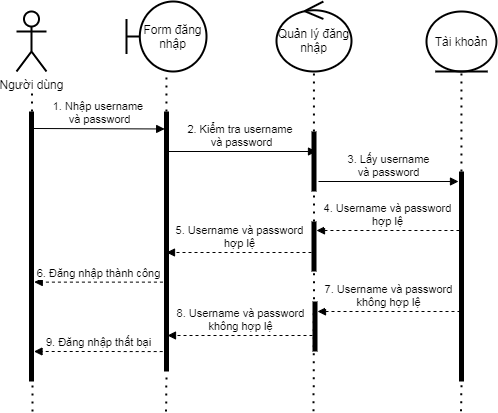
The draw.io diagram Diagram/Sequence/Untitled Diagram.png in TccKaiCi/PTTK_CuaHangGiay, before a commit. Source tidied: cells renumbered, new cells last; positions are measured from the earlier drawing's top-left corner, leaving out a move shared by most shapes.
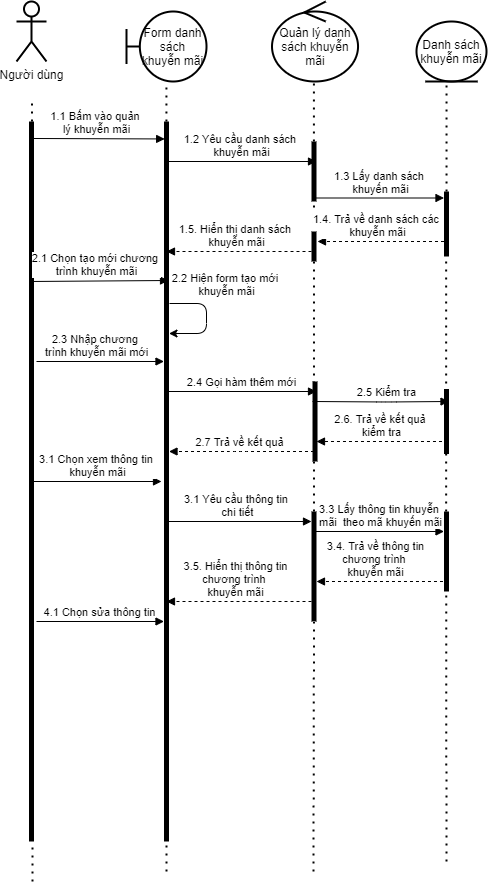
After the commit.

Commit message:
Sequence use case 3

Change to the diagram source:
```diff
@@ -8,23 +8,20 @@
       </mxGeometry>
     </mxCell>
     <mxCell id="3" value="Người dùng" style="shape=umlActor;verticalLabelPosition=bottom;verticalAlign=top;html=1;strokeWidth=2;fillColor=none;gradientColor=none;" parent="1" vertex="1">
-      <mxGeometry y="10" width="30" height="60" as="geometry" />
+      <mxGeometry y="-10" width="30" height="60" as="geometry" />
     </mxCell>
-    <mxCell id="4" value="Quản lý đăng nhập" style="ellipse;shape=umlControl;whiteSpace=wrap;html=1;strokeWidth=2;fillColor=none;gradientColor=none;" parent="1" vertex="1">
-      <mxGeometry x="260" width="75" height="70" as="geometry" />
-    </mxCell>
-    <mxCell id="5" value="Form đăng nhập" style="shape=umlBoundary;whiteSpace=wrap;html=1;strokeWidth=2;fillColor=none;gradientColor=none;" parent="1" vertex="1">
+    <mxCell id="5" value="Form danh sách khuyễn mãi" style="shape=umlBoundary;whiteSpace=wrap;html=1;strokeWidth=2;fillColor=none;gradientColor=none;" parent="1" vertex="1">
       <mxGeometry x="110" width="80" height="70" as="geometry" />
     </mxCell>
-    <mxCell id="6" value="Tài khoản" style="ellipse;shape=umlEntity;whiteSpace=wrap;html=1;strokeWidth=2;fillColor=none;gradientColor=none;" parent="1" vertex="1">
-      <mxGeometry x="410" y="10" width="70" height="60" as="geometry" />
+    <mxCell id="6" value="Danh sách khuyễn mãi" style="ellipse;shape=umlEntity;whiteSpace=wrap;html=1;strokeWidth=2;fillColor=none;gradientColor=none;" parent="1" vertex="1">
+      <mxGeometry x="400" y="10" width="70" height="60" as="geometry" />
     </mxCell>
     <mxCell id="7" style="html=1;points=[];perimeter=orthogonalPerimeter;fillColor=#000000;strokeColor=none;" parent="1" vertex="1">
-      <mxGeometry x="12.5" y="110" width="5" height="270" as="geometry" />
+      <mxGeometry x="12.5" y="110" width="5" height="720" as="geometry" />
     </mxCell>
     <mxCell id="8" style="endArrow=none;dashed=1;html=1;dashPattern=1 3;strokeWidth=2;" parent="1" edge="1" target="7">
       <mxGeometry relative="1" as="geometry">
-        <mxPoint x="16" y="410" as="sourcePoint" />
+        <mxPoint x="16" y="870" as="sourcePoint" />
       </mxGeometry>
     </mxCell>
     <mxCell id="9" style="endArrow=none;dashed=1;html=1;dashPattern=1 3;strokeWidth=2;entryX=0.499;entryY=1.005;entryDx=0;entryDy=0;entryPerimeter=0;" parent="1" edge="1" source="15" target="5">
@@ -35,27 +32,21 @@
         <mxPoint x="297.4" y="70" as="targetPoint" />
       </mxGeometry>
     </mxCell>
-    <mxCell id="11" style="endArrow=none;dashed=1;html=1;dashPattern=1 3;strokeWidth=2;entryX=0.499;entryY=1.005;entryDx=0;entryDy=0;entryPerimeter=0;" parent="1" edge="1" source="19">
-      <mxGeometry relative="1" as="geometry">
-        <mxPoint x="444.9" y="70" as="targetPoint" />
-      </mxGeometry>
-    </mxCell>
-    <mxCell id="12" value="1. Nhập username &lt;br&gt;và password" style="html=1;verticalAlign=bottom;endArrow=block;entryX=0.135;entryY=0.083;entryDx=0;entryDy=0;entryPerimeter=0;" parent="1" edge="1">
-      <mxGeometry relative="1" as="geometry">
+    <mxCell id="12" value="1.1 Bấm vào quản &lt;br&gt;lý khuyễn mãi" style="html=1;verticalAlign=bottom;endArrow=block;entryX=0.135;entryY=0.083;entryDx=0;entryDy=0;entryPerimeter=0;" parent="1" edge="1">
+      <mxGeometry x="-0.04" relative="1" as="geometry">
         <mxPoint x="17.5" y="127" as="sourcePoint" />
         <mxPoint x="148.2" y="127.4" as="targetPoint" />
       </mxGeometry>
     </mxCell>
-    <mxCell id="13" value="2. Kiểm tra username&amp;nbsp;&lt;br&gt;và password" style="html=1;verticalAlign=bottom;endArrow=block;" parent="1" edge="1">
+    <mxCell id="13" value="1.2 Yêu cầu danh sách &lt;br&gt;khuyễn mãi" style="html=1;verticalAlign=bottom;endArrow=block;" parent="1" edge="1">
       <mxGeometry relative="1" as="geometry">
         <mxPoint x="150" y="150" as="sourcePoint" />
         <mxPoint x="300" y="150" as="targetPoint" />
       </mxGeometry>
     </mxCell>
-    <mxCell id="14" value="3. Lấy username&lt;br&gt;và password" style="html=1;verticalAlign=bottom;endArrow=block;" parent="1" edge="1">
-      <mxGeometry relative="1" as="geometry">
-        <mxPoint x="302" y="180" as="sourcePoint" />
-        <mxPoint x="442" y="180" as="targetPoint" />
+    <mxCell id="14" value="1.3 Lấy danh sách &lt;br&gt;khuyến mãi" style="html=1;verticalAlign=bottom;endArrow=block;" parent="1" edge="1" target="43">
+      <mxGeometry x="0.03" relative="1" as="geometry">
+        <mxPoint x="296" y="186.5" as="sourcePoint" />
       </mxGeometry>
     </mxCell>
     <mxCell id="15" style="html=1;points=[];perimeter=orthogonalPerimeter;fillColor=#000000;strokeColor=none;" parent="1" vertex="1">
@@ -70,33 +61,26 @@
     <mxCell id="18" style="endArrow=none;dashed=1;html=1;dashPattern=1 3;strokeWidth=2;entryX=0.499;entryY=1.005;entryDx=0;entryDy=0;entryPerimeter=0;" parent="1" edge="1" source="23" target="17">
       <mxGeometry relative="1" as="geometry" />
     </mxCell>
-    <mxCell id="19" style="html=1;points=[];perimeter=orthogonalPerimeter;fillColor=#000000;strokeColor=none;" parent="1" vertex="1">
-      <mxGeometry x="442.5" y="170" width="5" height="210" as="geometry" />
-    </mxCell>
-    <mxCell id="20" style="endArrow=none;dashed=1;html=1;dashPattern=1 3;strokeWidth=2;entryX=0.499;entryY=1.005;entryDx=0;entryDy=0;entryPerimeter=0;" parent="1" edge="1" target="19">
-      <mxGeometry relative="1" as="geometry">
-        <mxPoint x="444.6" y="409.7" as="sourcePoint" />
-      </mxGeometry>
-    </mxCell>
-    <mxCell id="21" value="4. Username và password&lt;br&gt;hợp lệ" style="html=1;verticalAlign=bottom;endArrow=block;exitX=0.091;exitY=0.377;exitDx=0;exitDy=0;exitPerimeter=0;dashed=1;" parent="1" edge="1">
-      <mxGeometry relative="1" as="geometry">
-        <mxPoint x="443" y="229" as="sourcePoint" />
-        <mxPoint x="300" y="229" as="targetPoint" />
+    <mxCell id="21" value="1.4. Trả về danh sách các &lt;br&gt;khuyễn mãi" style="html=1;verticalAlign=bottom;endArrow=block;dashed=1;" parent="1" edge="1" source="43">
+      <mxGeometry x="0.07" relative="1" as="geometry">
+        <mxPoint x="301" y="230" as="targetPoint" />
+        <mxPoint x="1" as="offset" />
       </mxGeometry>
     </mxCell>
-    <mxCell id="22" value="5. Username và password&lt;br&gt;hợp lệ" style="html=1;verticalAlign=bottom;endArrow=block;dashed=1;" parent="1" edge="1">
-      <mxGeometry relative="1" as="geometry">
-        <mxPoint x="295" y="251" as="sourcePoint" />
-        <mxPoint x="150" y="251" as="targetPoint" />
+    <mxCell id="22" value="1.5. Hiển thị danh sách &lt;br&gt;khuyễn mãi" style="html=1;verticalAlign=bottom;endArrow=block;dashed=1;" parent="1" edge="1">
+      <mxGeometry x="0.03" relative="1" as="geometry">
+        <mxPoint x="295" y="240" as="sourcePoint" />
+        <mxPoint x="150" y="240" as="targetPoint" />
+        <Array as="points">
+          <mxPoint x="220" y="240" />
+        </Array>
       </mxGeometry>
     </mxCell>
     <mxCell id="23" style="html=1;points=[];perimeter=orthogonalPerimeter;fillColor=#000000;strokeColor=none;" parent="1" vertex="1">
-      <mxGeometry x="295" y="220" width="5" height="50" as="geometry" />
+      <mxGeometry x="295" y="220" width="5" height="30" as="geometry" />
     </mxCell>
-    <mxCell id="24" style="endArrow=none;dashed=1;html=1;dashPattern=1 3;strokeWidth=2;entryX=0.499;entryY=1.005;entryDx=0;entryDy=0;entryPerimeter=0;" parent="1" edge="1" target="23">
-      <mxGeometry relative="1" as="geometry">
-        <mxPoint x="297.1" y="409.7" as="sourcePoint" />
-      </mxGeometry>
+    <mxCell id="24" style="endArrow=none;dashed=1;html=1;dashPattern=1 3;strokeWidth=2;entryX=0.499;entryY=1.005;entryDx=0;entryDy=0;entryPerimeter=0;" parent="1" edge="1" source="48" target="23">
+      <mxGeometry relative="1" as="geometry" />
     </mxCell>
     <mxCell id="25" style="html=1;points=[];perimeter=orthogonalPerimeter;fillColor=#000000;strokeColor=none;" parent="1" vertex="1">
       <mxGeometry x="147.5" y="250" width="5" height="50" as="geometry" />
@@ -104,40 +88,137 @@
     <mxCell id="26" style="endArrow=none;dashed=1;html=1;dashPattern=1 3;strokeWidth=2;entryX=0.499;entryY=1.005;entryDx=0;entryDy=0;entryPerimeter=0;" parent="1" edge="1" source="28" target="25">
       <mxGeometry relative="1" as="geometry" />
     </mxCell>
-    <mxCell id="27" value="6. Đăng nhập thành công" style="html=1;verticalAlign=bottom;endArrow=block;exitX=-0.213;exitY=0.633;exitDx=0;exitDy=0;exitPerimeter=0;entryX=1.048;entryY=0.66;entryDx=0;entryDy=0;entryPerimeter=0;dashed=1;" parent="1" edge="1">
-      <mxGeometry relative="1" as="geometry">
-        <mxPoint x="146.4" y="280.6" as="sourcePoint" />
-        <mxPoint x="17.7" y="280.6" as="targetPoint" />
-      </mxGeometry>
-    </mxCell>
     <mxCell id="28" style="html=1;points=[];perimeter=orthogonalPerimeter;fillColor=#000000;strokeColor=none;" parent="1" vertex="1">
-      <mxGeometry x="147.5" y="290" width="5" height="80" as="geometry" />
+      <mxGeometry x="147.5" y="290" width="5" height="540" as="geometry" />
     </mxCell>
     <mxCell id="29" style="endArrow=none;dashed=1;html=1;dashPattern=1 3;strokeWidth=2;entryX=0.499;entryY=1.005;entryDx=0;entryDy=0;entryPerimeter=0;" parent="1" edge="1" target="28">
       <mxGeometry relative="1" as="geometry">
-        <mxPoint x="149.6" y="410" as="sourcePoint" />
+        <mxPoint x="150" y="860" as="sourcePoint" />
       </mxGeometry>
     </mxCell>
-    <mxCell id="30" value="7. Username và password&lt;br&gt;không hợp lệ" style="html=1;verticalAlign=bottom;endArrow=block;exitX=0.091;exitY=0.377;exitDx=0;exitDy=0;exitPerimeter=0;dashed=1;" parent="1" edge="1">
-      <mxGeometry relative="1" as="geometry">
-        <mxPoint x="444" y="310" as="sourcePoint" />
-        <mxPoint x="301" y="310" as="targetPoint" />
-      </mxGeometry>
-    </mxCell>
-    <mxCell id="31" value="8. Username và password&lt;br&gt;không hợp lệ" style="html=1;verticalAlign=bottom;endArrow=block;dashed=1;" parent="1" edge="1">
-      <mxGeometry relative="1" as="geometry">
-        <mxPoint x="296" y="334" as="sourcePoint" />
-        <mxPoint x="151" y="334" as="targetPoint" />
-      </mxGeometry>
-    </mxCell>
+    <mxCell id="34" value="Quản lý danh sách khuyễn mãi" style="ellipse;shape=umlControl;whiteSpace=wrap;html=1;strokeWidth=2;fillColor=none;gradientColor=none;" parent="1" vertex="1">
+      <mxGeometry x="255.5" y="-10" width="86" height="80" as="geometry" />
+    </mxCell>
+    <mxCell id="35" style="endArrow=none;dashed=1;html=1;dashPattern=1 3;strokeWidth=2;entryX=0.429;entryY=1;entryDx=0;entryDy=0;entryPerimeter=0;" parent="1" edge="1" source="43" target="6">
+      <mxGeometry relative="1" as="geometry" />
+    </mxCell>
+    <mxCell id="36" value="2.1 Chọn tạo mới chương &lt;br&gt;trình khuyễn mãi" style="html=1;verticalAlign=bottom;endArrow=block;entryX=0.9;entryY=0.38;entryDx=0;entryDy=0;entryPerimeter=0;" parent="1" edge="1" target="25">
+      <mxGeometry x="-0.03" y="1" relative="1" as="geometry">
+        <mxPoint x="12.5" y="270" as="sourcePoint" />
+      </mxGeometry>
+    </mxCell>
+    <mxCell id="37" value="2.2 Hiện form tạo mới &lt;br&gt;khuyễn mãi" style="endArrow=classic;html=1;" parent="1" edge="1" target="28">
+      <mxGeometry x="-0.23" y="30" relative="1" as="geometry">
+        <mxPoint x="153" y="292" as="sourcePoint" />
+        <Array as="points">
+          <mxPoint x="190" y="292" />
+          <mxPoint x="190" y="322" />
+        </Array>
+        <mxPoint x="-10" y="-22" as="offset" />
+      </mxGeometry>
+    </mxCell>
+    <mxCell id="38" value="2.3 Nhập chương &lt;br&gt;trình khuyễn mãi mới" style="html=1;verticalAlign=bottom;endArrow=block;entryX=0.9;entryY=0.38;entryDx=0;entryDy=0;entryPerimeter=0;" parent="1" edge="1">
+      <mxGeometry x="-0.06" relative="1" as="geometry">
+        <mxPoint x="20" y="350" as="sourcePoint" />
+        <mxPoint x="147.5" y="350" as="targetPoint" />
+      </mxGeometry>
+    </mxCell>
+    <mxCell id="39" value="2.4 Gọi hàm thêm mới" style="html=1;verticalAlign=bottom;endArrow=block;" parent="1" edge="1">
+      <mxGeometry relative="1" as="geometry">
+        <mxPoint x="150" y="380" as="sourcePoint" />
+        <mxPoint x="300" y="380" as="targetPoint" />
+      </mxGeometry>
+    </mxCell>
     <mxCell id="32" style="html=1;perimeter=orthogonalPerimeter;fillColor=#000000;strokeColor=none;" parent="1" vertex="1">
-      <mxGeometry x="296" y="300" width="5" height="50" as="geometry" />
+      <mxGeometry x="296" y="370" width="5" height="80" as="geometry" />
     </mxCell>
-    <mxCell id="33" value="9. Đăng nhập thất bại" style="html=1;verticalAlign=bottom;endArrow=block;exitX=-0.213;exitY=0.633;exitDx=0;exitDy=0;exitPerimeter=0;entryX=1.048;entryY=0.66;entryDx=0;entryDy=0;entryPerimeter=0;dashed=1;" parent="1" edge="1">
-      <mxGeometry relative="1" as="geometry">
-        <mxPoint x="146.2" y="350" as="sourcePoint" />
-        <mxPoint x="17.5" y="350" as="targetPoint" />
-      </mxGeometry>
-    </mxCell>
+    <mxCell id="40" value="2.5 Kiểm tra" style="html=1;verticalAlign=bottom;endArrow=block;" parent="1" edge="1">
+      <mxGeometry x="0.08" relative="1" as="geometry">
+        <mxPoint x="296" y="390" as="sourcePoint" />
+        <mxPoint x="432.5" y="390" as="targetPoint" />
+        <Array as="points">
+          <mxPoint x="370" y="390.5" />
+        </Array>
+      </mxGeometry>
+    </mxCell>
+    <mxCell id="41" value="2.6. Trả về kết quả &lt;br&gt;kiểm tra" style="html=1;verticalAlign=bottom;endArrow=block;dashed=1;" parent="1" edge="1">
+      <mxGeometry relative="1" as="geometry">
+        <mxPoint x="431.5" y="430" as="sourcePoint" />
+        <mxPoint x="300" y="430" as="targetPoint" />
+      </mxGeometry>
+    </mxCell>
+    <mxCell id="42" style="html=1;perimeter=orthogonalPerimeter;fillColor=#000000;strokeColor=none;" parent="1" vertex="1">
+      <mxGeometry x="427.5" y="377.5" width="5" height="65" as="geometry" />
+    </mxCell>
+    <mxCell id="43" style="html=1;points=[];perimeter=orthogonalPerimeter;fillColor=#000000;strokeColor=none;" parent="1" vertex="1">
+      <mxGeometry x="427.5" y="180" width="5" height="65" as="geometry" />
+    </mxCell>
+    <mxCell id="44" style="endArrow=none;dashed=1;html=1;dashPattern=1 3;strokeWidth=2;entryX=0.429;entryY=1;entryDx=0;entryDy=0;entryPerimeter=0;" parent="1" edge="1" source="50" target="43">
+      <mxGeometry relative="1" as="geometry" />
+    </mxCell>
+    <mxCell id="45" value="2.7 Trả về kết quả" style="html=1;verticalAlign=bottom;endArrow=block;dashed=1;" parent="1" edge="1">
+      <mxGeometry x="0.03" relative="1" as="geometry">
+        <mxPoint x="297.5" y="440" as="sourcePoint" />
+        <mxPoint x="152.5" y="440" as="targetPoint" />
+        <Array as="points">
+          <mxPoint x="222.5" y="440" />
+        </Array>
+      </mxGeometry>
+    </mxCell>
+    <mxCell id="46" value="3.1 Chọn xem thông tin &lt;br&gt;khuyễn mãi" style="html=1;verticalAlign=bottom;endArrow=block;entryX=0.9;entryY=0.38;entryDx=0;entryDy=0;entryPerimeter=0;" parent="1" edge="1">
+      <mxGeometry x="-0.02" relative="1" as="geometry">
+        <mxPoint x="17.5" y="470" as="sourcePoint" />
+        <mxPoint x="145" y="470" as="targetPoint" />
+      </mxGeometry>
+    </mxCell>
+    <mxCell id="47" value="3.1 Yêu cầu thông tin &lt;br&gt;chi tiết" style="html=1;verticalAlign=bottom;endArrow=block;" parent="1" edge="1">
+      <mxGeometry x="-0.02" relative="1" as="geometry">
+        <mxPoint x="147.5" y="510" as="sourcePoint" />
+        <mxPoint x="295" y="510" as="targetPoint" />
+        <mxPoint x="1" as="offset" />
+      </mxGeometry>
+    </mxCell>
+    <mxCell id="48" style="html=1;points=[];perimeter=orthogonalPerimeter;fillColor=#000000;strokeColor=none;" parent="1" vertex="1">
+      <mxGeometry x="295" y="500" width="5" height="110" as="geometry" />
+    </mxCell>
+    <mxCell id="49" style="endArrow=none;dashed=1;html=1;dashPattern=1 3;strokeWidth=2;entryX=0.499;entryY=1.005;entryDx=0;entryDy=0;entryPerimeter=0;" parent="1" edge="1" target="48">
+      <mxGeometry relative="1" as="geometry">
+        <mxPoint x="297" y="860" as="sourcePoint" />
+      </mxGeometry>
+    </mxCell>
+    <mxCell id="50" style="html=1;points=[];perimeter=orthogonalPerimeter;fillColor=#000000;strokeColor=none;" parent="1" vertex="1">
+      <mxGeometry x="427.5" y="500" width="5" height="80" as="geometry" />
+    </mxCell>
+    <mxCell id="51" style="endArrow=none;dashed=1;html=1;dashPattern=1 3;strokeWidth=2;entryX=0.429;entryY=1;entryDx=0;entryDy=0;entryPerimeter=0;" parent="1" edge="1" target="50">
+      <mxGeometry relative="1" as="geometry">
+        <mxPoint x="430" y="850" as="sourcePoint" />
+      </mxGeometry>
+    </mxCell>
+    <mxCell id="52" value="3.3 Lấy thông tin khuyễn &lt;br&gt;mãi&amp;nbsp; theo mã khuyến mãi" style="html=1;verticalAlign=bottom;endArrow=block;" parent="1" edge="1">
+      <mxGeometry x="0.03" relative="1" as="geometry">
+        <mxPoint x="296" y="520" as="sourcePoint" />
+        <mxPoint x="427.5" y="520" as="targetPoint" />
+      </mxGeometry>
+    </mxCell>
+    <mxCell id="53" value="3.4. Trả về thông tin&lt;br&gt;chương trình&amp;nbsp;&lt;br&gt;khuyễn mãi" style="html=1;verticalAlign=bottom;endArrow=block;dashed=1;" parent="1" edge="1">
+      <mxGeometry x="0.07" relative="1" as="geometry">
+        <mxPoint x="426.5" y="570" as="sourcePoint" />
+        <mxPoint x="300" y="570" as="targetPoint" />
+        <mxPoint x="1" as="offset" />
+      </mxGeometry>
+    </mxCell>
+    <mxCell id="54" value="3.5. Hiển thị thông tin&lt;br&gt;chương trình&amp;nbsp;&lt;br&gt;khuyễn mãi" style="html=1;verticalAlign=bottom;endArrow=block;dashed=1;" parent="1" edge="1">
+      <mxGeometry x="0.07" relative="1" as="geometry">
+        <mxPoint x="295" y="590" as="sourcePoint" />
+        <mxPoint x="150" y="590" as="targetPoint" />
+        <mxPoint x="1" as="offset" />
+      </mxGeometry>
+    </mxCell>
+    <mxCell id="55" value="4.1 Chọn sửa thông tin" style="html=1;verticalAlign=bottom;endArrow=block;entryX=0.9;entryY=0.38;entryDx=0;entryDy=0;entryPerimeter=0;" parent="1" edge="1">
+      <mxGeometry x="-0.02" relative="1" as="geometry">
+        <mxPoint x="20" y="610" as="sourcePoint" />
+        <mxPoint x="147.5" y="610" as="targetPoint" />
+      </mxGeometry>
+    </mxCell>
   </root>
 </mxGraphModel>
```
